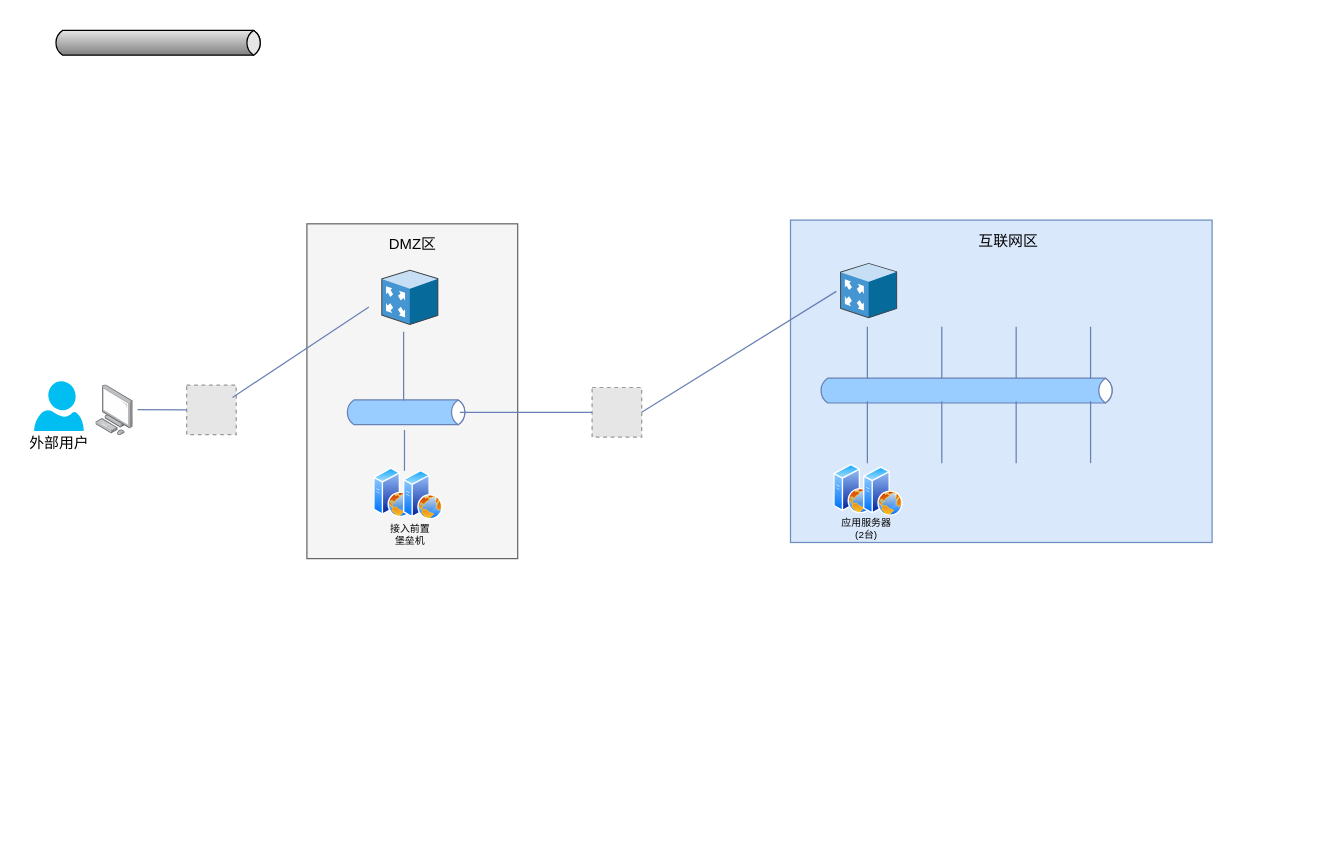
dilide/collections keeps this draw.io diagram as repository/drawio/postb/系统拓扑图.drawio. Above is the earlier version. Source tidied: cells renumbered, new cells numbered last; positions are measured from the earlier drawing's top-left corner, leaving out a move shared by most shapes. Both pictures are drawn from the tidied source at 124%, with x=0, y=0 at pixel (21, 21). Pictures stored in the file or linked from it are replaced by grey dashed boxes.
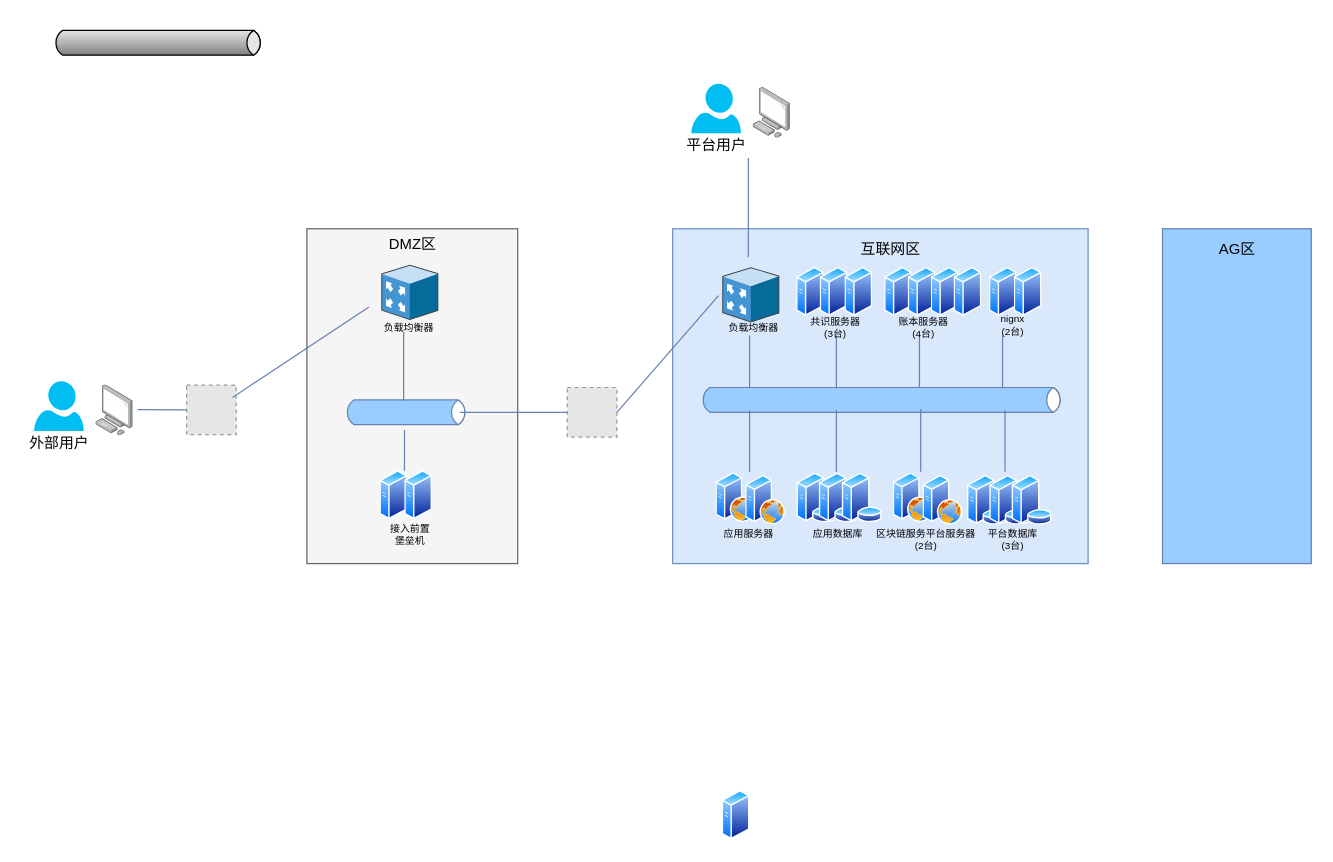
The same page after the edit.

Commit message (it also covers changes not shown here):
Update 系统拓扑图.drawio

The change refers to these unchanged cells:
```xml
<mxCell id="24" style="html=1;fillColor=#99CCFF;strokeColor=#6881B3;gradientColor=none;gradientDirection=north;strokeWidth=1;shape=mxgraph.networks.bus;gradientColor=none;gradientDirection=north;fontColor=#ffffff;perimeter=backbonePerimeter;backboneSize=20;align=center;fontSize=12;" parent="1" vertex="1">
  <mxGeometry x="260" y="310" width="100" height="10" as="geometry" />
</mxCell>
```

What changed in the source:
```diff
@@
     <mxCell id="2" style="rounded=0;whiteSpace=wrap;html=1;strokeColor=#6c8ebf;strokeWidth=1;fillColor=#dae8fc;fontSize=12;align=center;" parent="1" vertex="1">
-      <mxGeometry x="620" y="160" width="340" height="260" as="geometry" />
+      <mxGeometry x="525" y="167" width="335" height="270" as="geometry" />
     </mxCell>
     <mxCell id="3" style="rounded=0;whiteSpace=wrap;html=1;strokeColor=#666666;fillColor=#f5f5f5;fontSize=12;align=center;fontColor=#333333;" parent="1" vertex="1">
-      <mxGeometry x="230" y="163" width="170" height="270" as="geometry" />
+      <mxGeometry x="230" y="167" width="170" height="270" as="geometry" />
     </mxCell>
     <mxCell id="4" style="html=1;fillColor=#99CCFF;strokeColor=#6881B3;gradientColor=none;gradientDirection=north;strokeWidth=1;shape=mxgraph.networks.bus;gradientColor=none;gradientDirection=north;fontColor=#ffffff;perimeter=backbonePerimeter;backboneSize=20;align=center;fontSize=12;" parent="1" vertex="1">
-      <mxGeometry x="642" y="292.5" width="240" height="10" as="geometry" />
+      <mxGeometry x="547" y="300" width="293" height="10" as="geometry" />
     </mxCell>
     <mxCell id="5" style="strokeColor=#6881B3;edgeStyle=none;rounded=0;endArrow=none;html=1;strokeWidth=1;fontSize=12;" parent="1" edge="1" target="4">
       <mxGeometry relative="1" as="geometry">
-        <mxPoint x="682" y="246" as="sourcePoint" />
+        <mxPoint x="587" y="253" as="sourcePoint" />
       </mxGeometry>
     </mxCell>
-    <mxCell id="6" style="strokeColor=#6881B3;edgeStyle=none;rounded=0;endArrow=none;html=1;strokeWidth=1;fontSize=12;" parent="1" edge="1" target="4">
+    <mxCell id="6" style="strokeColor=#6881B3;edgeStyle=none;rounded=0;endArrow=none;html=1;strokeWidth=1;fontSize=12;" parent="1" edge="1">
       <mxGeometry relative="1" as="geometry">
-        <mxPoint x="742" y="246" as="sourcePoint" />
+        <mxPoint x="657" y="253" as="sourcePoint" />
+        <mxPoint x="657" y="295.7" as="targetPoint" />
       </mxGeometry>
     </mxCell>
-    <mxCell id="7" style="strokeColor=#6881B3;edgeStyle=none;rounded=0;endArrow=none;html=1;strokeWidth=1;fontSize=12;" parent="1" edge="1" target="4">
+    <mxCell id="7" style="strokeColor=#6881B3;edgeStyle=none;rounded=0;endArrow=none;html=1;strokeWidth=1;fontSize=12;" parent="1" edge="1">
       <mxGeometry relative="1" as="geometry">
-        <mxPoint x="802" y="246" as="sourcePoint" />
+        <mxPoint x="724" y="253" as="sourcePoint" />
+        <mxPoint x="724" y="295.2" as="targetPoint" />
       </mxGeometry>
     </mxCell>
-    <mxCell id="8" style="strokeColor=#6881B3;edgeStyle=none;rounded=0;endArrow=none;html=1;strokeWidth=1;fontSize=12;" parent="1" edge="1" target="4">
+    <mxCell id="8" style="strokeColor=#6881B3;edgeStyle=none;rounded=0;endArrow=none;html=1;strokeWidth=1;fontSize=12;" parent="1" edge="1">
       <mxGeometry relative="1" as="geometry">
-        <mxPoint x="862" y="246" as="sourcePoint" />
+        <mxPoint x="791" y="253" as="sourcePoint" />
+        <mxPoint x="791" y="295.7" as="targetPoint" />
       </mxGeometry>
     </mxCell>
     <mxCell id="9" style="strokeColor=#6881B3;edgeStyle=none;rounded=0;endArrow=none;html=1;strokeWidth=1;fontSize=12;" parent="1" edge="1" target="4">
       <mxGeometry relative="1" as="geometry">
-        <mxPoint x="682" y="356" as="sourcePoint" />
+        <mxPoint x="587" y="363" as="sourcePoint" />
       </mxGeometry>
     </mxCell>
-    <mxCell id="10" style="strokeColor=#6881B3;edgeStyle=none;rounded=0;endArrow=none;html=1;strokeWidth=1;fontSize=12;" parent="1" edge="1" target="4">
+    <mxCell id="10" style="strokeColor=#6881B3;edgeStyle=none;rounded=0;endArrow=none;html=1;strokeWidth=1;fontSize=12;" parent="1" edge="1">
       <mxGeometry relative="1" as="geometry">
-        <mxPoint x="742" y="356" as="sourcePoint" />
+        <mxPoint x="657" y="363" as="sourcePoint" />
+        <mxPoint x="657" y="313.1" as="targetPoint" />
       </mxGeometry>
     </mxCell>
-    <mxCell id="11" style="strokeColor=#6881B3;edgeStyle=none;rounded=0;endArrow=none;html=1;strokeWidth=1;fontSize=12;" parent="1" edge="1" target="4">
+    <mxCell id="11" style="strokeColor=#6881B3;edgeStyle=none;rounded=0;endArrow=none;html=1;strokeWidth=1;fontSize=12;" parent="1" edge="1">
       <mxGeometry relative="1" as="geometry">
-        <mxPoint x="802" y="356" as="sourcePoint" />
+        <mxPoint x="725" y="363" as="sourcePoint" />
+        <mxPoint x="725" y="312.6" as="targetPoint" />
       </mxGeometry>
     </mxCell>
-    <mxCell id="12" style="strokeColor=#6881B3;edgeStyle=none;rounded=0;endArrow=none;html=1;strokeWidth=1;fontSize=12;" parent="1" edge="1" target="4">
+    <mxCell id="12" style="strokeColor=#6881B3;edgeStyle=none;rounded=0;endArrow=none;html=1;strokeWidth=1;fontSize=12;" parent="1" edge="1">
       <mxGeometry relative="1" as="geometry">
-        <mxPoint x="862" y="356" as="sourcePoint" />
+        <mxPoint x="793" y="363" as="sourcePoint" />
+        <mxPoint x="793" y="313.1" as="targetPoint" />
+        <Array as="points">
+          <mxPoint x="793" y="340" />
+        </Array>
       </mxGeometry>
     </mxCell>
@@
     <mxCell id="20" style="shadow=0;dashed=0;html=1;labelPosition=center;verticalLabelPosition=bottom;verticalAlign=top;align=center;shape=mxgraph.veeam.3d.proxy_appliance;direction=east;" parent="1" vertex="1">
-      <mxGeometry x="290" y="200" width="46" height="44.6" as="geometry" />
+      <mxGeometry x="290" y="196" width="46" height="44.6" as="geometry" />
     </mxCell>
@@
     <mxCell id="26" value="互联网区" style="text;html=1;align=left;verticalAlign=top;spacingTop=-4;fontSize=12;" parent="1" vertex="1">
-      <mxGeometry x="770" y="167" width="60" height="20" as="geometry" />
+      <mxGeometry x="675" y="174" width="60" height="20" as="geometry" />
     </mxCell>
     <mxCell id="27" style="fillColor=#E6E6E6;strokeColor=#999999;dashed=1;html=1;verticalAlign=top;verticalLabelPosition=bottom;labelBackgroundColor=#ffffff;fontSize=12;align=center;" parent="1" vertex="1">
-      <mxGeometry x="460" y="295" width="40" height="40" as="geometry" />
+      <mxGeometry x="440" y="295" width="40" height="40" as="geometry" />
     </mxCell>
@@
     <mxCell id="29" style="shadow=0;dashed=0;html=1;labelPosition=center;verticalLabelPosition=bottom;verticalAlign=top;align=center;outlineConnect=0;shape=mxgraph.veeam.3d.proxy_appliance;direction=east;" parent="1" vertex="1">
-      <mxGeometry x="660" y="194.5" width="46" height="44.6" as="geometry" />
+      <mxGeometry x="565" y="198" width="46" height="44.6" as="geometry" />
     </mxCell>
@@
-    <mxCell id="31" style="group;" parent="1" vertex="1">
-      <mxGeometry x="284" y="360" width="56" height="40" as="geometry" />
-    </mxCell>
-    <mxCell id="32" style="perimeter=ellipsePerimeter;html=1;align=center;shadow=0;dashed=0;spacingTop=3;image;image=img/lib/active_directory/web_server.svg;strokeColor=#6881B3;strokeWidth=1;fillColor=#99CCFF;fontSize=12;" parent="31" vertex="1">
-      <mxGeometry width="32" height="40" as="geometry" />
-    </mxCell>
-    <mxCell id="33" style="perimeter=ellipsePerimeter;html=1;align=center;shadow=0;dashed=0;spacingTop=3;image;image=img/lib/active_directory/web_server.svg;strokeColor=#6881B3;strokeWidth=1;fillColor=#99CCFF;fontSize=12;" parent="31" vertex="1">
-      <mxGeometry x="24" y="2" width="32" height="40" as="geometry" />
-    </mxCell>
-    <mxCell id="34" style="endArrow=none;html=1;strokeColor=#6881B3;strokeWidth=1;fontSize=12;exitX=0.022;exitY=0.004;exitDx=0;exitDy=0;exitPerimeter=0;entryX=0.487;entryY=1.924;entryDx=0;entryDy=0;entryPerimeter=0;" parent="1" edge="1" source="33" target="24">
-      <mxGeometry relative="1" as="geometry" />
+    <mxCell id="34" style="endArrow=none;html=1;strokeColor=#6881B3;strokeWidth=1;fontSize=12;exitX=0.022;exitY=0.004;exitDx=0;exitDy=0;exitPerimeter=0;entryX=0.487;entryY=1.924;entryDx=0;entryDy=0;entryPerimeter=0;" parent="1" edge="1" target="24">
+      <mxGeometry relative="1" as="geometry">
+        <mxPoint x="308.7" y="362.2" as="sourcePoint" />
+      </mxGeometry>
     </mxCell>
@@
     <mxCell id="36" style="group;" parent="1" vertex="1">
-      <mxGeometry x="655" y="357" width="56" height="40" as="geometry" />
+      <mxGeometry x="560" y="364" width="56" height="40" as="geometry" />
     </mxCell>
@@
-    <mxCell id="39" value="应用服务器&lt;br&gt;(2台)" style="text;html=1;align=center;verticalAlign=top;spacingTop=-4;fontSize=8;" parent="1" vertex="1">
-      <mxGeometry x="651" y="397" width="60" height="20" as="geometry" />
+    <mxCell id="39" value="应用服务器" style="text;html=1;align=center;verticalAlign=top;spacingTop=-4;fontSize=8;" parent="1" vertex="1">
+      <mxGeometry x="556" y="406" width="60" height="10" as="geometry" />
     </mxCell>
+    <mxCell id="40" style="group;" parent="1" vertex="1">
+      <mxGeometry x="703" y="364" width="56" height="40" as="geometry" />
+    </mxCell>
+    <mxCell id="32" style="perimeter=ellipsePerimeter;html=1;align=center;shadow=0;dashed=0;spacingTop=3;image;image=img/lib/active_directory/web_server.svg;strokeColor=#6881B3;strokeWidth=1;fillColor=#99CCFF;fontSize=12;" parent="40" vertex="1">
+      <mxGeometry width="32" height="40" as="geometry" />
+    </mxCell>
+    <mxCell id="33" style="perimeter=ellipsePerimeter;html=1;align=center;shadow=0;dashed=0;spacingTop=3;image;image=img/lib/active_directory/web_server.svg;strokeColor=#6881B3;strokeWidth=1;fillColor=#99CCFF;fontSize=12;" parent="40" vertex="1">
+      <mxGeometry x="24" y="2" width="32" height="40" as="geometry" />
+    </mxCell>
+    <mxCell id="41" value="区块链服务平台服务器&lt;br&gt;(2台)" style="text;html=1;align=center;verticalAlign=top;spacingTop=-4;fontSize=8;" parent="1" vertex="1">
+      <mxGeometry x="679" y="406" width="100" height="20" as="geometry" />
+    </mxCell>
+    <mxCell id="42" value="应用数据库" style="text;html=1;align=center;verticalAlign=top;spacingTop=-4;fontSize=8;" parent="1" vertex="1">
+      <mxGeometry x="628" y="406" width="60" height="10" as="geometry" />
+    </mxCell>
+    <mxCell id="43" style="perimeter=ellipsePerimeter;html=1;align=center;shadow=0;dashed=0;spacingTop=3;image;image=img/lib/active_directory/database_server.svg;strokeColor=#6881B3;strokeWidth=1;fillColor=#99CCFF;fontSize=8;" parent="1" vertex="1">
+      <mxGeometry x="625" y="364" width="32.8" height="40" as="geometry" />
+    </mxCell>
+    <mxCell id="44" style="perimeter=ellipsePerimeter;html=1;align=center;shadow=0;dashed=0;spacingTop=3;image;image=img/lib/active_directory/database_server.svg;strokeColor=#6881B3;strokeWidth=1;fillColor=#99CCFF;fontSize=8;" parent="1" vertex="1">
+      <mxGeometry x="643" y="364" width="32.8" height="40" as="geometry" />
+    </mxCell>
+    <mxCell id="45" style="perimeter=ellipsePerimeter;html=1;align=center;shadow=0;dashed=0;spacingTop=3;image;image=img/lib/active_directory/database_server.svg;strokeColor=#6881B3;strokeWidth=1;fillColor=#99CCFF;fontSize=8;" parent="1" vertex="1">
+      <mxGeometry x="661.5" y="364" width="32.8" height="40" as="geometry" />
+    </mxCell>
+    <mxCell id="46" style="group;" parent="1" vertex="1">
+      <mxGeometry x="762.5" y="366" width="68.8" height="40" as="geometry" />
+    </mxCell>
+    <mxCell id="47" style="perimeter=ellipsePerimeter;html=1;align=center;shadow=0;dashed=0;spacingTop=3;image;image=img/lib/active_directory/database_server.svg;strokeColor=#6881B3;strokeWidth=1;fillColor=#99CCFF;fontSize=8;" parent="46" vertex="1">
+      <mxGeometry width="32.8" height="40" as="geometry" />
+    </mxCell>
+    <mxCell id="48" style="perimeter=ellipsePerimeter;html=1;align=center;shadow=0;dashed=0;spacingTop=3;image;image=img/lib/active_directory/database_server.svg;strokeColor=#6881B3;strokeWidth=1;fillColor=#99CCFF;fontSize=8;" parent="46" vertex="1">
+      <mxGeometry x="18" width="32.8" height="40" as="geometry" />
+    </mxCell>
+    <mxCell id="49" style="perimeter=ellipsePerimeter;html=1;align=center;shadow=0;dashed=0;spacingTop=3;image;image=img/lib/active_directory/database_server.svg;strokeColor=#6881B3;strokeWidth=1;fillColor=#99CCFF;fontSize=8;" parent="46" vertex="1">
+      <mxGeometry x="36" width="32.8" height="40" as="geometry" />
+    </mxCell>
+    <mxCell id="50" value="平台数据库&lt;br&gt;(3台)" style="text;html=1;align=center;verticalAlign=top;spacingTop=-4;fontSize=8;" parent="1" vertex="1">
+      <mxGeometry x="768.5" y="406" width="60" height="20" as="geometry" />
+    </mxCell>
+    <mxCell id="51" style="group;" parent="1" vertex="1">
+      <mxGeometry x="289" y="362" width="42.4" height="40" as="geometry" />
+    </mxCell>
+    <mxCell id="52" style="perimeter=ellipsePerimeter;html=1;align=center;shadow=0;dashed=0;spacingTop=3;image;image=img/lib/active_directory/generic_server.svg;strokeColor=#6881B3;strokeWidth=1;fillColor=#99CCFF;fontSize=8;" parent="51" vertex="1">
+      <mxGeometry width="22.4" height="40" as="geometry" />
+    </mxCell>
+    <mxCell id="53" style="perimeter=ellipsePerimeter;html=1;align=center;shadow=0;dashed=0;spacingTop=3;image;image=img/lib/active_directory/generic_server.svg;strokeColor=#6881B3;strokeWidth=1;fillColor=#99CCFF;fontSize=8;" parent="51" vertex="1">
+      <mxGeometry x="20" width="22.4" height="40" as="geometry" />
+    </mxCell>
+    <mxCell id="54" value="共识服务器&lt;br&gt;(3台)" style="text;html=1;align=center;verticalAlign=top;spacingTop=-4;fontSize=8;" parent="1" vertex="1">
+      <mxGeometry x="626" y="235" width="60" height="20" as="geometry" />
+    </mxCell>
+    <mxCell id="55" style="perimeter=ellipsePerimeter;html=1;align=center;shadow=0;dashed=0;spacingTop=3;image;image=img/lib/active_directory/generic_server.svg;strokeColor=#6881B3;strokeWidth=1;fillColor=#99CCFF;fontSize=8;" parent="1" vertex="1">
+      <mxGeometry x="625" y="198" width="22.4" height="40" as="geometry" />
+    </mxCell>
+    <mxCell id="56" style="perimeter=ellipsePerimeter;html=1;align=center;shadow=0;dashed=0;spacingTop=3;image;image=img/lib/active_directory/generic_server.svg;strokeColor=#6881B3;strokeWidth=1;fillColor=#99CCFF;fontSize=8;" parent="1" vertex="1">
+      <mxGeometry x="644" y="198" width="22.4" height="40" as="geometry" />
+    </mxCell>
+    <mxCell id="57" style="perimeter=ellipsePerimeter;html=1;align=center;shadow=0;dashed=0;spacingTop=3;image;image=img/lib/active_directory/generic_server.svg;strokeColor=#6881B3;strokeWidth=1;fillColor=#99CCFF;fontSize=8;" parent="1" vertex="1">
+      <mxGeometry x="664" y="198" width="22.4" height="40" as="geometry" />
+    </mxCell>
+    <mxCell id="58" style="perimeter=ellipsePerimeter;html=1;align=center;shadow=0;dashed=0;spacingTop=3;image;image=img/lib/active_directory/generic_server.svg;strokeColor=#6881B3;strokeWidth=1;fillColor=#99CCFF;fontSize=8;" parent="1" vertex="1">
+      <mxGeometry x="565" y="620" width="22.4" height="40" as="geometry" />
+    </mxCell>
+    <mxCell id="59" style="group;" parent="1" vertex="1">
+      <mxGeometry x="696" y="198" width="78.4" height="40" as="geometry" />
+    </mxCell>
+    <mxCell id="60" style="perimeter=ellipsePerimeter;html=1;align=center;shadow=0;dashed=0;spacingTop=3;image;image=img/lib/active_directory/generic_server.svg;strokeColor=#6881B3;strokeWidth=1;fillColor=#99CCFF;fontSize=8;" parent="59" vertex="1">
+      <mxGeometry width="22.4" height="40" as="geometry" />
+    </mxCell>
+    <mxCell id="61" style="perimeter=ellipsePerimeter;html=1;align=center;shadow=0;dashed=0;spacingTop=3;image;image=img/lib/active_directory/generic_server.svg;strokeColor=#6881B3;strokeWidth=1;fillColor=#99CCFF;fontSize=8;" parent="59" vertex="1">
+      <mxGeometry x="19" width="22.4" height="40" as="geometry" />
+    </mxCell>
+    <mxCell id="62" style="perimeter=ellipsePerimeter;html=1;align=center;shadow=0;dashed=0;spacingTop=3;image;image=img/lib/active_directory/generic_server.svg;strokeColor=#6881B3;strokeWidth=1;fillColor=#99CCFF;fontSize=8;" parent="59" vertex="1">
+      <mxGeometry x="37.5" width="22.4" height="40" as="geometry" />
+    </mxCell>
+    <mxCell id="63" style="perimeter=ellipsePerimeter;html=1;align=center;shadow=0;dashed=0;spacingTop=3;image;image=img/lib/active_directory/generic_server.svg;strokeColor=#6881B3;strokeWidth=1;fillColor=#99CCFF;fontSize=8;" parent="59" vertex="1">
+      <mxGeometry x="56" width="22.4" height="40" as="geometry" />
+    </mxCell>
+    <mxCell id="64" value="账本服务器&lt;br&gt;(4台)" style="text;html=1;align=center;verticalAlign=top;spacingTop=-4;fontSize=8;" parent="1" vertex="1">
+      <mxGeometry x="697" y="234.5" width="60" height="20" as="geometry" />
+    </mxCell>
+    <mxCell id="65" style="group;" parent="1" vertex="1">
+      <mxGeometry x="530" y="50" width="90" height="60" as="geometry" />
+    </mxCell>
+    <mxCell id="66" style="group;" parent="65" vertex="1">
+      <mxGeometry width="60" height="60" as="geometry" />
+    </mxCell>
+    <mxCell id="67" style="verticalLabelPosition=bottom;html=1;verticalAlign=top;align=center;strokeColor=none;fillColor=#00BEF2;shape=mxgraph.azure.user;" parent="66" vertex="1">
+      <mxGeometry x="10" width="40" height="40" as="geometry" />
+    </mxCell>
+    <mxCell id="68" value="平台用户" style="text;html=1;align=center;verticalAlign=top;spacingTop=-4;fontSize=12;" parent="66" vertex="1">
+      <mxGeometry y="40" width="60" height="20" as="geometry" />
+    </mxCell>
+    <mxCell id="69" style="html=1;align=center;shadow=0;dashed=0;image;image=img/lib/allied_telesis/computer_and_terminals/Personal_Computer.svg;strokeColor=#6881B3;fillColor=#99CCFF;fontSize=12;" parent="65" vertex="1">
+      <mxGeometry x="60" y="3" width="30" height="41" as="geometry" />
+    </mxCell>
+    <mxCell id="70" style="endArrow=none;html=1;strokeColor=#6881B3;strokeWidth=1;fontSize=8;" parent="1" edge="1">
+      <mxGeometry relative="1" as="geometry">
+        <mxPoint x="586" y="190" as="sourcePoint" />
+        <mxPoint x="586" y="110" as="targetPoint" />
+      </mxGeometry>
+    </mxCell>
+    <mxCell id="71" style="group;" parent="1" vertex="1">
+      <mxGeometry x="780.5" y="198" width="42.4" height="40" as="geometry" />
+    </mxCell>
+    <mxCell id="72" style="perimeter=ellipsePerimeter;html=1;align=center;shadow=0;dashed=0;spacingTop=3;image;image=img/lib/active_directory/generic_server.svg;strokeColor=#6881B3;strokeWidth=1;fillColor=#99CCFF;fontSize=8;" parent="71" vertex="1">
+      <mxGeometry width="22.4" height="40" as="geometry" />
+    </mxCell>
+    <mxCell id="73" style="perimeter=ellipsePerimeter;html=1;align=center;shadow=0;dashed=0;spacingTop=3;image;image=img/lib/active_directory/generic_server.svg;strokeColor=#6881B3;strokeWidth=1;fillColor=#99CCFF;fontSize=8;" parent="71" vertex="1">
+      <mxGeometry x="20" width="22.4" height="40" as="geometry" />
+    </mxCell>
+    <mxCell id="74" value="nignx&lt;br&gt;(2台)" style="text;html=1;align=center;verticalAlign=top;spacingTop=-4;fontSize=8;" parent="1" vertex="1">
+      <mxGeometry x="783.5" y="233" width="30" height="20" as="geometry" />
+    </mxCell>
+    <mxCell id="75" style="rounded=0;whiteSpace=wrap;html=1;strokeColor=#6881B3;strokeWidth=1;fillColor=#99CCFF;fontSize=8;align=center;" parent="1" vertex="1">
+      <mxGeometry x="920" y="167" width="120" height="270" as="geometry" />
+    </mxCell>
+    <mxCell id="76" value="AG区" style="text;html=1;align=center;verticalAlign=top;spacingTop=-4;fontSize=12;" parent="1" vertex="1">
+      <mxGeometry x="960" y="174" width="40" height="10" as="geometry" />
+    </mxCell>
+    <mxCell id="77" value="负载均衡器" style="text;html=1;align=center;verticalAlign=top;spacingTop=-4;fontSize=8;" parent="1" vertex="1">
+      <mxGeometry x="281.5" y="240" width="60" height="10" as="geometry" />
+    </mxCell>
+    <mxCell id="78" value="负载均衡器" style="text;html=1;align=center;verticalAlign=top;spacingTop=-4;fontSize=8;" parent="1" vertex="1">
+      <mxGeometry x="560" y="240" width="60" height="10" as="geometry" />
+    </mxCell>
```
